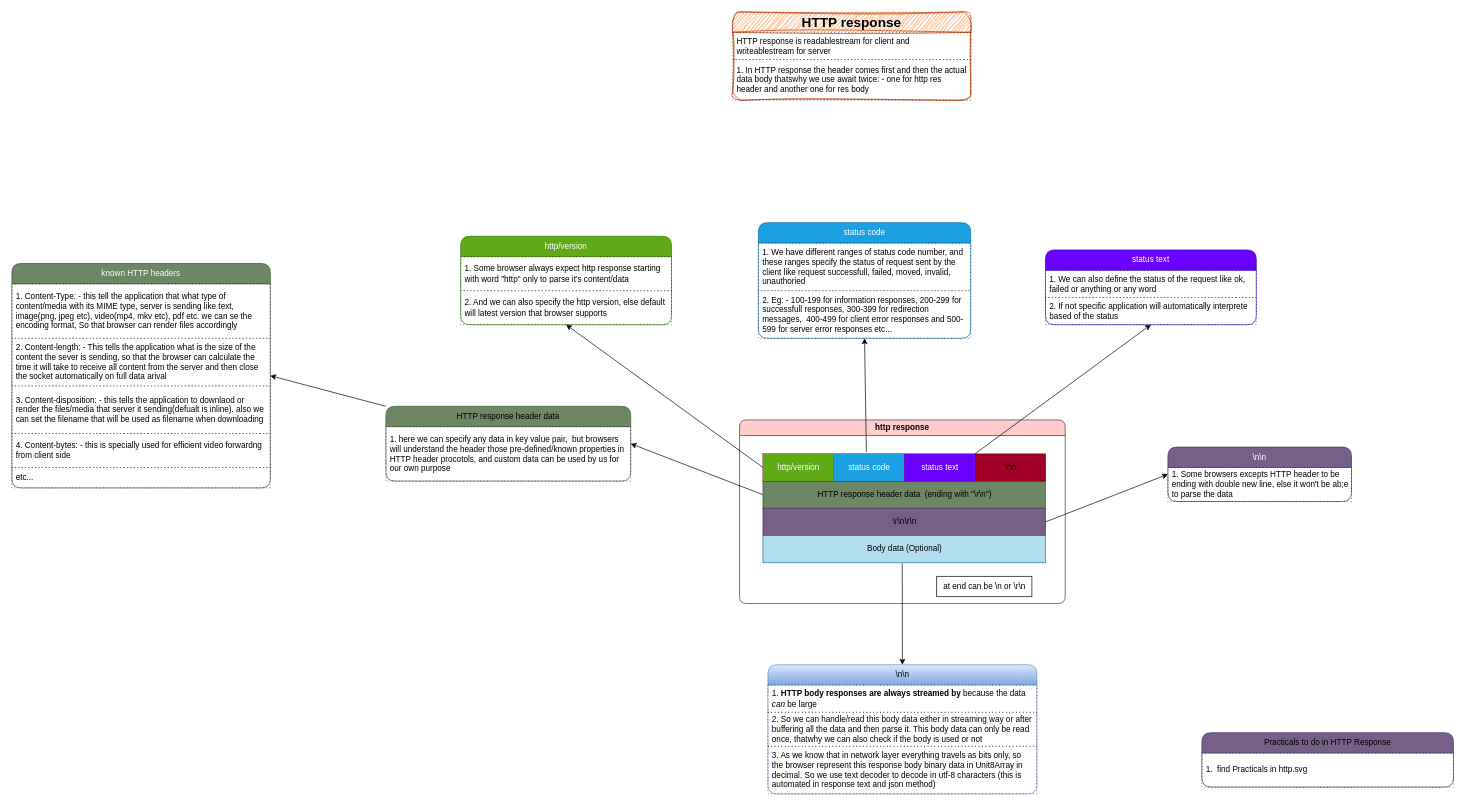
Before: computer-networking/protocols/hypertext-transfer-protocol/http-res/httpres.dio in knkrn5/Programming-Concepts, a draw.io diagram. Source tidied: cells renumbered, new cells numbered last; positions are measured from the earlier drawing's top-left corner, leaving out a move shared by most shapes. Both pictures are drawn from the tidied source at 68%, with x=0, y=0 at pixel (12, 12).
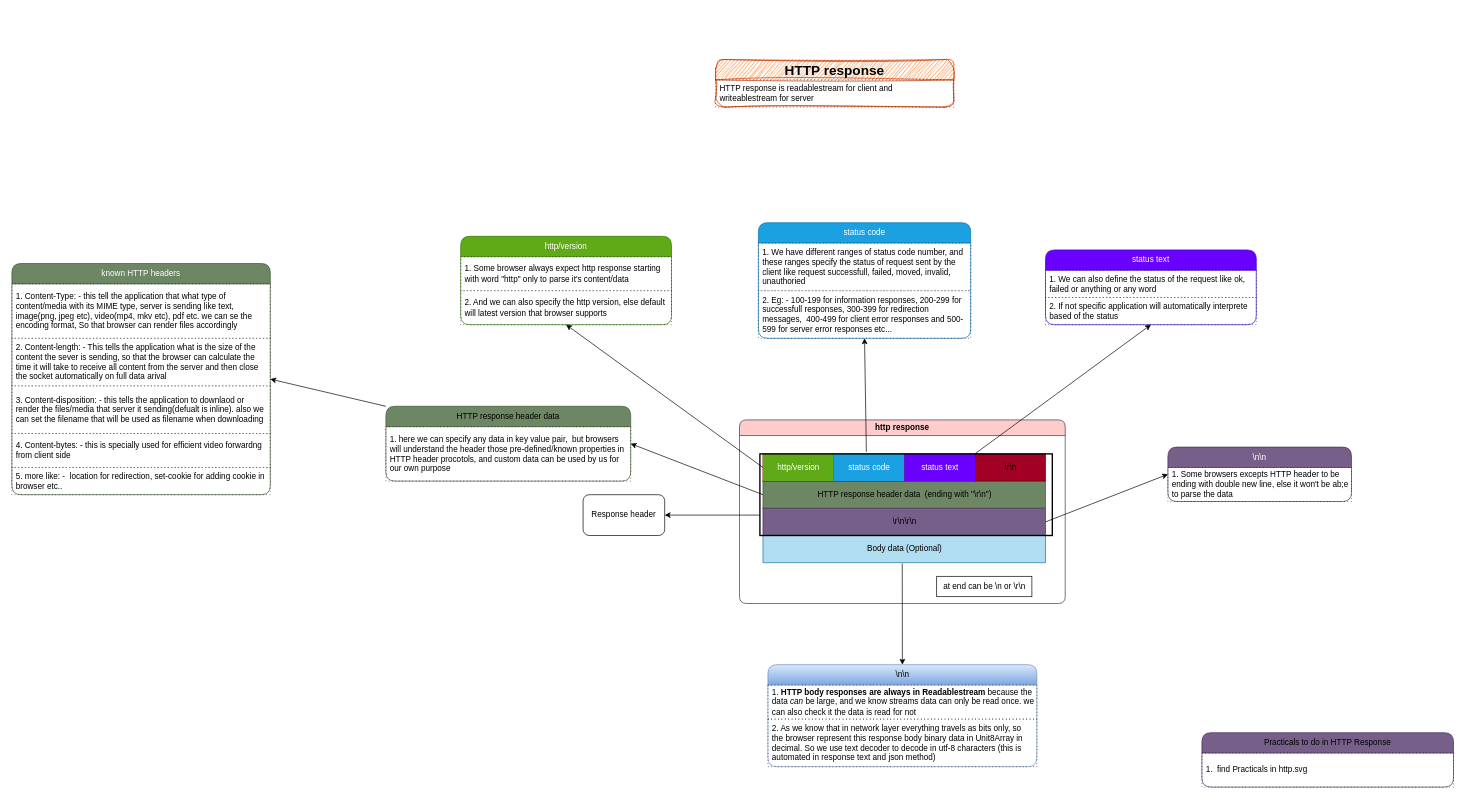
The same diagram, later.

Unchanged cells that the change refers to:
```xml
<mxCell id="2" value="http response" style="swimlane;whiteSpace=wrap;html=1;rounded=1;startSize=23;fillColor=#ffcccc;strokeColor=#36393d;" parent="1" vertex="1">
  <mxGeometry x="1070" y="600" width="479" height="270" as="geometry" />
</mxCell>
```

The edit, as a diff of the source:
```diff
@@
+    <mxCell id="54" style="whiteSpace=wrap;html=1;strokeWidth=2;fillColor=none;strokeColor=light-dark(#000000,#FFFF33);" parent="2" vertex="1">
+      <mxGeometry x="30" y="50" width="430" height="120" as="geometry" />
+    </mxCell>
@@
     <mxCell id="25" value="known HTTP headers" style="swimlane;fontStyle=0;horizontal=1;startSize=30;whiteSpace=wrap;html=1;rounded=1;fillColor=#6d8764;fontColor=#ffffff;strokeColor=#3A5431;" parent="1" vertex="1">
-      <mxGeometry y="370" width="380" height="330" as="geometry" />
+      <mxGeometry y="370" width="380" height="340" as="geometry" />
     </mxCell>
@@
-    <mxCell id="30" value="etc..." style="text;strokeColor=default;fillColor=none;align=left;verticalAlign=middle;spacingLeft=4;spacingRight=4;overflow=hidden;whiteSpace=wrap;html=1;dashed=1;dashPattern=1 4;" parent="25" vertex="1">
-      <mxGeometry y="300" width="380" height="30" as="geometry" />
+    <mxCell id="30" value="5. more like: -&amp;nbsp; location for redirection, set-cookie for adding cookie in browser etc.." style="text;strokeColor=default;fillColor=none;align=left;verticalAlign=middle;spacingLeft=4;spacingRight=4;overflow=hidden;whiteSpace=wrap;html=1;dashed=1;dashPattern=1 4;" parent="25" vertex="1">
+      <mxGeometry y="300" width="380" height="40" as="geometry" />
     </mxCell>
@@
     <mxCell id="34" value="&lt;span style=&quot;font-size: 20px;&quot;&gt;&lt;b&gt;HTTP response&lt;/b&gt;&lt;/span&gt;" style="swimlane;fontStyle=0;horizontal=1;startSize=30;whiteSpace=wrap;html=1;rounded=1;fillColor=#fa6800;fontColor=#000000;strokeColor=#C73500;sketch=1;curveFitting=1;jiggle=2;" parent="1" vertex="1">
-      <mxGeometry x="1060" width="350" height="130" as="geometry" />
+      <mxGeometry x="1035" y="70" width="350" height="70" as="geometry" />
     </mxCell>
@@
-    <mxCell id="36" value="1. In HTTP response the header comes first and then the actual data body thatswhy we use await twice: - one for http res header and another one for res body" style="text;strokeColor=default;fillColor=none;align=left;verticalAlign=middle;spacingLeft=4;spacingRight=4;overflow=hidden;whiteSpace=wrap;html=1;dashed=1;dashPattern=1 4;" parent="34" vertex="1">
-      <mxGeometry y="70" width="350" height="60" as="geometry" />
-    </mxCell>
@@
     <mxCell id="42" value="\n\n" style="swimlane;fontStyle=0;horizontal=1;startSize=30;whiteSpace=wrap;html=1;rounded=1;fillColor=#dae8fc;strokeColor=#6c8ebf;gradientColor=#7ea6e0;" parent="1" vertex="1">
-      <mxGeometry x="1111.8" y="960" width="395.5" height="190" as="geometry" />
+      <mxGeometry x="1111.8" y="960" width="395.5" height="150" as="geometry" />
     </mxCell>
-    <mxCell id="43" value="1.&amp;nbsp;&lt;strong&gt;&lt;span style=&quot;background-color: light-dark(rgb(255, 255, 255), rgb(0, 0, 204));&quot;&gt;HTTP body responses are always streamed&lt;/span&gt; by&lt;/strong&gt;&amp;nbsp;because the data &lt;em&gt;can&lt;/em&gt; be large" style="text;strokeColor=default;fillColor=none;align=left;verticalAlign=middle;spacingLeft=4;spacingRight=4;overflow=hidden;whiteSpace=wrap;html=1;dashed=1;dashPattern=1 4;" parent="42" vertex="1">
-      <mxGeometry y="30" width="395.5" height="40" as="geometry" />
+    <mxCell id="43" value="1.&amp;nbsp;&lt;strong&gt;&lt;span style=&quot;background-color: light-dark(rgb(255, 255, 255), rgb(0, 0, 204));&quot;&gt;HTTP body responses are always in Readablestream&lt;/span&gt;&lt;/strong&gt;&amp;nbsp;because the data &lt;em&gt;can&lt;/em&gt; be large, and we know streams data can only be read once. we can also check it the data is read for not" style="text;strokeColor=default;fillColor=none;align=left;verticalAlign=middle;spacingLeft=4;spacingRight=4;overflow=hidden;whiteSpace=wrap;html=1;dashed=1;dashPattern=1 4;" parent="42" vertex="1">
+      <mxGeometry y="30" width="395.5" height="50" as="geometry" />
     </mxCell>
-    <mxCell id="44" value="2. So we can handle/read this body data either in streaming way or after buffering all the data and then parse it. This body data can only be read once, thatwhy we can also check if the body is used or not" style="text;strokeColor=default;fillColor=none;align=left;verticalAlign=middle;spacingLeft=4;spacingRight=4;overflow=hidden;whiteSpace=wrap;html=1;dashed=1;dashPattern=1 4;" parent="42" vertex="1">
-      <mxGeometry y="70" width="395.5" height="50" as="geometry" />
-    </mxCell>
-    <mxCell id="45" value="3. As we know that in network layer everything travels as bits only, so the &lt;span style=&quot;background-color: light-dark(rgb(255, 255, 255), rgb(0, 0, 204));&quot;&gt;browser represent this response body binary data in Unit8Array in decimal. &lt;/span&gt;&lt;span&gt;So we use text decoder to decode in utf-8 characters (this is automated in response text and json method)&lt;/span&gt;" style="text;strokeColor=default;fillColor=none;align=left;verticalAlign=middle;spacingLeft=4;spacingRight=4;overflow=hidden;whiteSpace=wrap;html=1;dashed=1;dashPattern=1 4;" parent="42" vertex="1">
-      <mxGeometry y="120" width="395.5" height="70" as="geometry" />
+    <mxCell id="45" value="2. As we know that in network layer everything travels as bits only, so the &lt;span style=&quot;background-color: light-dark(rgb(255, 255, 255), rgb(0, 0, 204));&quot;&gt;browser represent this response body binary data in Unit8Array in decimal. &lt;/span&gt;&lt;span&gt;So we use text decoder to decode in utf-8 characters (this is automated in response text and json method)&lt;/span&gt;" style="text;strokeColor=default;fillColor=none;align=left;verticalAlign=middle;spacingLeft=4;spacingRight=4;overflow=hidden;whiteSpace=wrap;html=1;dashed=1;dashPattern=1 4;" parent="42" vertex="1">
+      <mxGeometry y="80" width="395.5" height="70" as="geometry" />
     </mxCell>
@@
+    <mxCell id="55" value="Response header" style="rounded=1;whiteSpace=wrap;html=1;strokeColor=light-dark(#000000,#FFFF33);" parent="1" vertex="1">
+      <mxGeometry x="840" y="710" width="120" height="60" as="geometry" />
+    </mxCell>
+    <mxCell id="56" style="edgeStyle=none;html=1;exitX=0;exitY=0.75;exitDx=0;exitDy=0;entryX=1;entryY=0.5;entryDx=0;entryDy=0;strokeColor=light-dark(#000000,#FFFF33);" parent="1" edge="1" source="54" target="55">
+      <mxGeometry relative="1" as="geometry" />
+    </mxCell>
```
